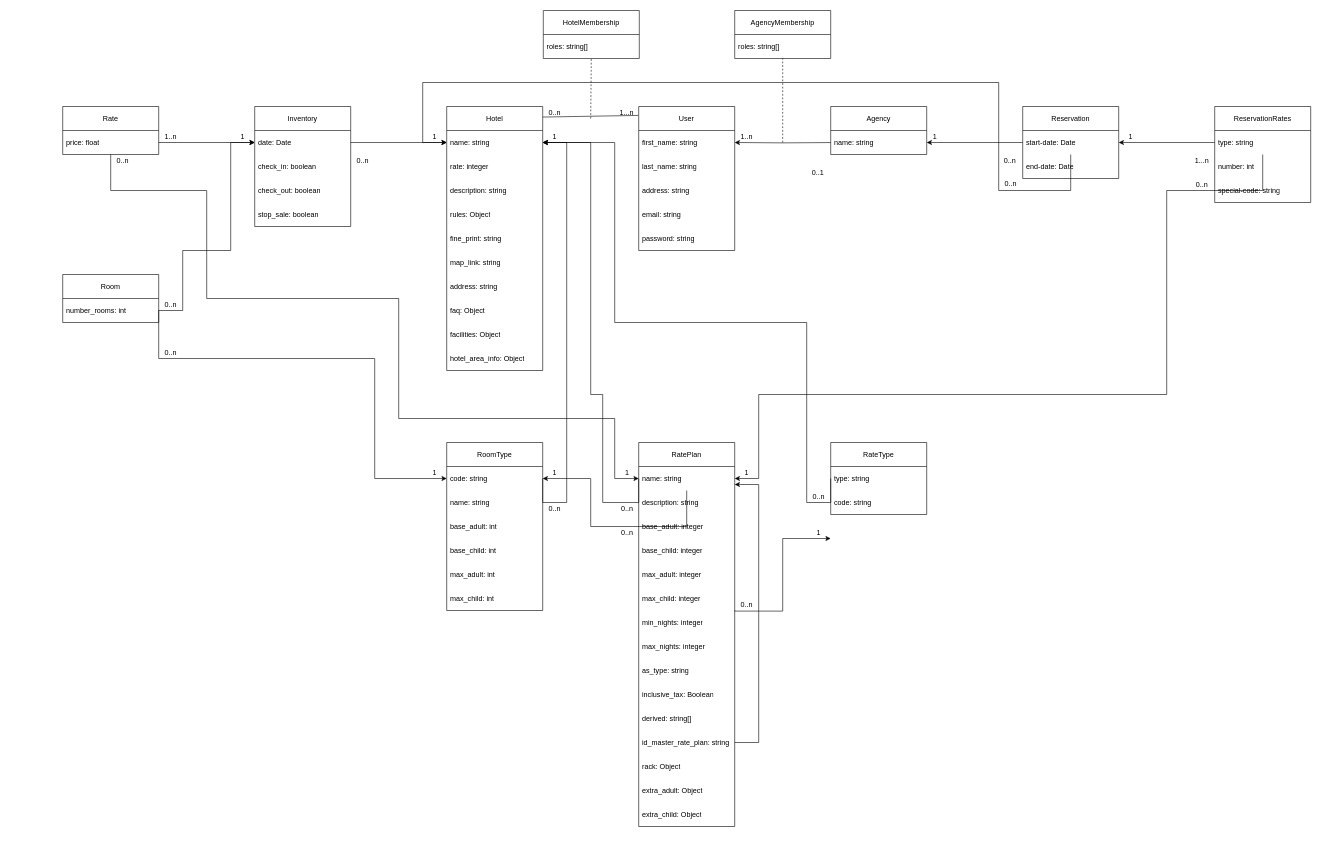
This is class_diagram.drawio from jawharhmidi02/resrvy_diagrams, a draw.io file, before an edit. Source tidied: cells renumbered, new cells numbered last; positions are measured from the earlier drawing's top-left corner, leaving out a move shared by most shapes. Both pictures are drawn from the tidied source at 60%, with x=0, y=0 at pixel (62, 10).
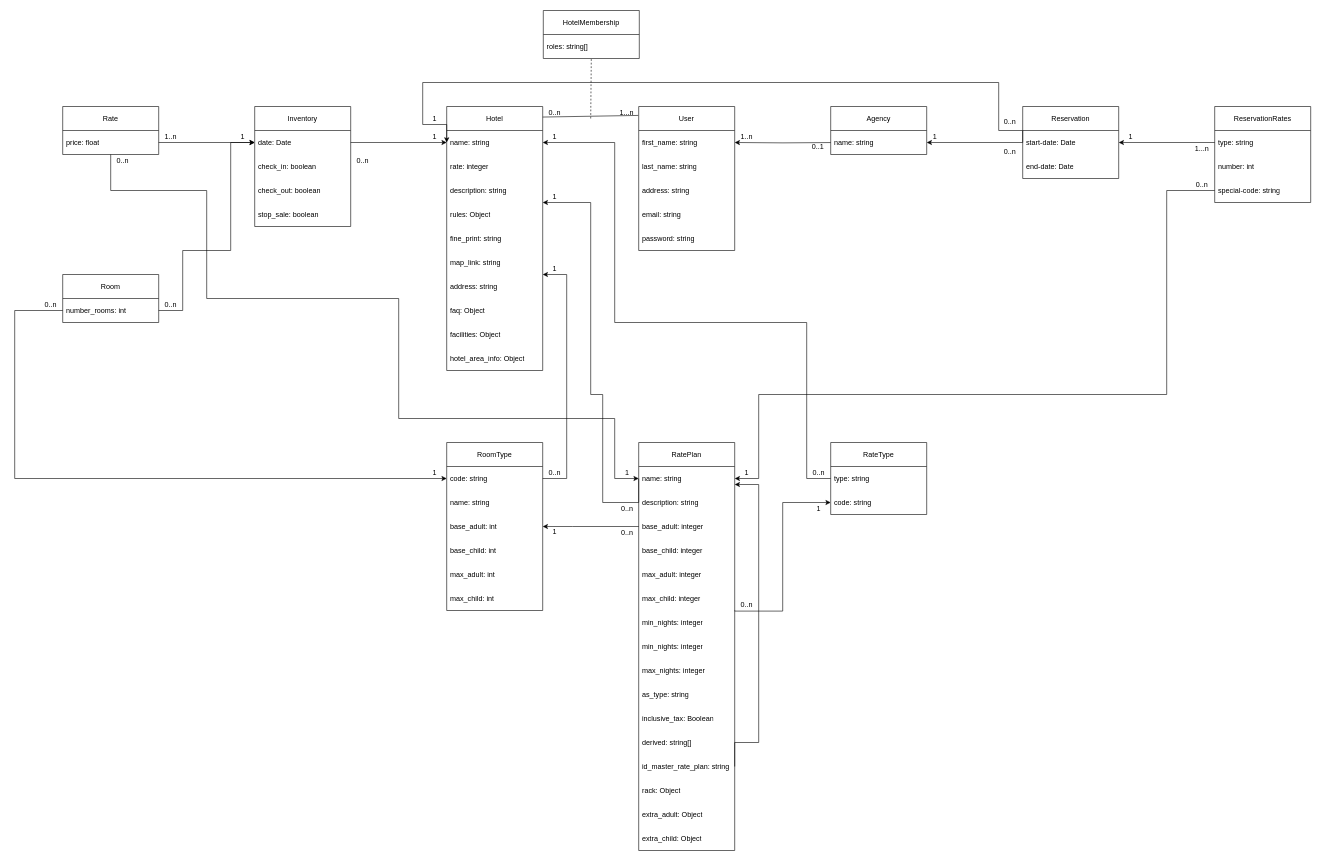
The same diagram, later.

Unchanged cells that the change refers to:
```xml
<mxCell id="22" value="start-date: Date" style="text;strokeColor=none;fillColor=none;align=left;verticalAlign=middle;spacingLeft=4;spacingRight=4;overflow=hidden;points=[[0,0.5],[1,0.5]];portConstraint=eastwest;whiteSpace=wrap;html=1;" parent="21" vertex="1">
  <mxGeometry y="40" width="160" height="40" as="geometry" />
</mxCell>
<mxCell id="26" value="code: string" style="text;strokeColor=none;fillColor=none;align=left;verticalAlign=middle;spacingLeft=4;spacingRight=4;overflow=hidden;points=[[0,0.5],[1,0.5]];portConstraint=eastwest;whiteSpace=wrap;html=1;" parent="24" vertex="1">
  <mxGeometry y="80" width="160" height="40" as="geometry" />
</mxCell>
<mxCell id="47" value="base_adult: int" style="text;strokeColor=none;fillColor=none;align=left;verticalAlign=middle;spacingLeft=4;spacingRight=4;overflow=hidden;points=[[0,0.5],[1,0.5]];portConstraint=eastwest;whiteSpace=wrap;html=1;" parent="44" vertex="1">
  <mxGeometry y="120" width="160" height="40" as="geometry" />
</mxCell>
<mxCell id="54" value="special-code: string" style="text;strokeColor=none;fillColor=none;align=left;verticalAlign=middle;spacingLeft=4;spacingRight=4;overflow=hidden;points=[[0,0.5],[1,0.5]];portConstraint=eastwest;whiteSpace=wrap;html=1;" parent="51" vertex="1">
  <mxGeometry y="120" width="160" height="40" as="geometry" />
</mxCell>
```

Diff of the diagram source:
```diff
@@
     <mxCell id="27" value="RatePlan" style="swimlane;fontStyle=0;horizontal=1;startSize=40;whiteSpace=wrap;html=1;direction=east;" parent="1" vertex="1">
-      <mxGeometry x="960" y="720" width="160" height="640" as="geometry" />
+      <mxGeometry x="960" y="720" width="160" height="680" as="geometry" />
     </mxCell>
@@
+    <mxCell id="115" value="min_nights: integer" style="text;strokeColor=none;fillColor=none;align=left;verticalAlign=middle;spacingLeft=4;spacingRight=4;overflow=hidden;whiteSpace=wrap;html=1;" parent="27" vertex="1">
+      <mxGeometry y="280" width="160" height="40" as="geometry" />
+    </mxCell>
     <mxCell id="34" value="min_nights: integer" style="text;strokeColor=none;fillColor=none;align=left;verticalAlign=middle;spacingLeft=4;spacingRight=4;overflow=hidden;whiteSpace=wrap;html=1;" parent="27" vertex="1">
-      <mxGeometry y="280" width="160" height="40" as="geometry" />
+      <mxGeometry y="320" width="160" height="40" as="geometry" />
     </mxCell>
     <mxCell id="35" value="max_nights: integer" style="text;strokeColor=none;fillColor=none;align=left;verticalAlign=middle;spacingLeft=4;spacingRight=4;overflow=hidden;whiteSpace=wrap;html=1;" parent="27" vertex="1">
-      <mxGeometry y="320" width="160" height="40" as="geometry" />
+      <mxGeometry y="360" width="160" height="40" as="geometry" />
     </mxCell>
     <mxCell id="36" value="&lt;div&gt;as_type: string&lt;/div&gt;" style="text;strokeColor=none;fillColor=none;align=left;verticalAlign=middle;spacingLeft=4;spacingRight=4;overflow=hidden;whiteSpace=wrap;html=1;" parent="27" vertex="1">
-      <mxGeometry y="360" width="160" height="40" as="geometry" />
+      <mxGeometry y="400" width="160" height="40" as="geometry" />
     </mxCell>
     <mxCell id="37" value="inclusive_tax: Boolean" style="text;strokeColor=none;fillColor=none;align=left;verticalAlign=middle;spacingLeft=4;spacingRight=4;overflow=hidden;whiteSpace=wrap;html=1;" parent="27" vertex="1">
-      <mxGeometry y="400" width="160" height="40" as="geometry" />
+      <mxGeometry y="440" width="160" height="40" as="geometry" />
     </mxCell>
     <mxCell id="38" value="derived: string[]" style="text;strokeColor=none;fillColor=none;align=left;verticalAlign=middle;spacingLeft=4;spacingRight=4;overflow=hidden;whiteSpace=wrap;html=1;" parent="27" vertex="1">
-      <mxGeometry y="440" width="160" height="40" as="geometry" />
+      <mxGeometry y="480" width="160" height="40" as="geometry" />
     </mxCell>
     <mxCell id="39" value="id_master_rate_plan: string" style="text;strokeColor=none;fillColor=none;align=left;verticalAlign=middle;spacingLeft=4;spacingRight=4;overflow=hidden;points=[[0,0.5],[1,0.5]];portConstraint=eastwest;whiteSpace=wrap;html=1;" parent="27" vertex="1">
-      <mxGeometry y="480" width="160" height="40" as="geometry" />
+      <mxGeometry y="520" width="160" height="40" as="geometry" />
     </mxCell>
     <mxCell id="40" value="rack: Object" style="text;strokeColor=none;fillColor=none;align=left;verticalAlign=middle;spacingLeft=4;spacingRight=4;overflow=hidden;whiteSpace=wrap;html=1;" parent="27" vertex="1">
-      <mxGeometry y="520" width="160" height="40" as="geometry" />
+      <mxGeometry y="560" width="160" height="40" as="geometry" />
     </mxCell>
     <mxCell id="41" value="extra_adult: Object" style="text;strokeColor=none;fillColor=none;align=left;verticalAlign=middle;spacingLeft=4;spacingRight=4;overflow=hidden;whiteSpace=wrap;html=1;" parent="27" vertex="1">
-      <mxGeometry y="560" width="160" height="40" as="geometry" />
+      <mxGeometry y="600" width="160" height="40" as="geometry" />
     </mxCell>
     <mxCell id="42" value="extra_child: Object" style="text;strokeColor=none;fillColor=none;align=left;verticalAlign=middle;spacingLeft=4;spacingRight=4;overflow=hidden;whiteSpace=wrap;html=1;" parent="27" vertex="1">
-      <mxGeometry y="600" width="160" height="40" as="geometry" />
+      <mxGeometry y="640" width="160" height="40" as="geometry" />
     </mxCell>
@@
     <mxCell id="65" value="0..1" style="text;html=1;align=center;verticalAlign=middle;whiteSpace=wrap;rounded=0;" parent="1" vertex="1">
-      <mxGeometry x="1239" y="260" width="40" height="20" as="geometry" />
+      <mxGeometry x="1239" y="218" width="40" height="20" as="geometry" />
     </mxCell>
-    <mxCell id="66" style="edgeStyle=orthogonalEdgeStyle;rounded=0;orthogonalLoop=1;jettySize=auto;html=1;entryX=1;entryY=0.5;entryDx=0;entryDy=0;" parent="1" edge="1">
+    <mxCell id="66" style="edgeStyle=orthogonalEdgeStyle;rounded=0;jettySize=auto;html=1;entryX=1;entryY=0.5;entryDx=0;entryDy=0;" parent="1" edge="1" target="47">
       <mxGeometry relative="1" as="geometry">
-        <mxPoint x="1040" y="800" as="sourcePoint" />
-        <mxPoint x="800" y="780" as="targetPoint" />
+        <mxPoint x="960" y="860" as="sourcePoint" />
         <Array as="points">
-          <mxPoint x="880" y="860" />
-          <mxPoint x="880" y="780" />
+          <mxPoint x="850" y="860" />
+          <mxPoint x="850" y="860" />
         </Array>
       </mxGeometry>
     </mxCell>
-    <mxCell id="67" style="edgeStyle=orthogonalEdgeStyle;rounded=0;orthogonalLoop=1;jettySize=auto;html=1;entryX=0;entryY=0.5;entryDx=0;entryDy=0;" parent="1" edge="1">
+    <mxCell id="67" style="edgeStyle=orthogonalEdgeStyle;rounded=0;jettySize=auto;html=1;entryX=0;entryY=0.5;entryDx=0;entryDy=0;" parent="1" edge="1" target="26">
       <mxGeometry relative="1" as="geometry">
         <mxPoint x="1120" y="1000" as="sourcePoint" />
-        <mxPoint x="1280" y="880" as="targetPoint" />
         <Array as="points">
           <mxPoint x="1200" y="1001" />
-          <mxPoint x="1200" y="880" />
+          <mxPoint x="1200" y="820" />
         </Array>
       </mxGeometry>
     </mxCell>
     <mxCell id="68" style="edgeStyle=orthogonalEdgeStyle;rounded=0;orthogonalLoop=1;jettySize=auto;html=1;entryX=1;entryY=0.5;entryDx=0;entryDy=0;exitX=0;exitY=0.5;exitDx=0;exitDy=0;" parent="1" edge="1">
       <mxGeometry relative="1" as="geometry">
         <mxPoint x="1280" y="780" as="sourcePoint" />
         <mxPoint x="800" y="220" as="targetPoint" />
         <Array as="points">
-          <mxPoint x="1240" y="820" />
+          <mxPoint x="1240" y="780" />
           <mxPoint x="1240" y="520" />
           <mxPoint x="920" y="520" />
           <mxPoint x="920" y="220" />
         </Array>
       </mxGeometry>
     </mxCell>
-    <mxCell id="69" style="edgeStyle=orthogonalEdgeStyle;rounded=0;orthogonalLoop=1;jettySize=auto;html=1;entryX=1;entryY=0.5;entryDx=0;entryDy=0;exitX=0;exitY=0.5;exitDx=0;exitDy=0;" parent="1" edge="1">
+    <mxCell id="69" style="edgeStyle=orthogonalEdgeStyle;rounded=0;orthogonalLoop=1;jettySize=auto;html=1;exitX=0;exitY=0.5;exitDx=0;exitDy=0;" parent="1" edge="1">
       <mxGeometry relative="1" as="geometry">
         <mxPoint x="960" y="780" as="sourcePoint" />
-        <mxPoint x="800" y="220" as="targetPoint" />
+        <mxPoint x="800" y="320" as="targetPoint" />
         <Array as="points">
+          <mxPoint x="960" y="820" />
           <mxPoint x="900" y="820" />
           <mxPoint x="900" y="640" />
           <mxPoint x="880" y="640" />
-          <mxPoint x="880" y="220" />
+          <mxPoint x="880" y="320" />
+          <mxPoint x="800" y="320" />
         </Array>
       </mxGeometry>
     </mxCell>
-    <mxCell id="70" style="edgeStyle=orthogonalEdgeStyle;rounded=0;orthogonalLoop=1;jettySize=auto;html=1;entryX=1;entryY=0.5;entryDx=0;entryDy=0;exitX=1;exitY=0.5;exitDx=0;exitDy=0;" parent="1" edge="1">
+    <mxCell id="70" style="edgeStyle=orthogonalEdgeStyle;rounded=0;orthogonalLoop=1;jettySize=auto;html=1;exitX=1;exitY=0.5;exitDx=0;exitDy=0;" parent="1" edge="1">
       <mxGeometry relative="1" as="geometry">
         <mxPoint x="800" y="780" as="sourcePoint" />
-        <mxPoint x="800" y="220" as="targetPoint" />
+        <mxPoint x="800" y="440" as="targetPoint" />
         <Array as="points">
-          <mxPoint x="840" y="820" />
-          <mxPoint x="840" y="220" />
+          <mxPoint x="840" y="780" />
+          <mxPoint x="840" y="440" />
+          <mxPoint x="800" y="440" />
         </Array>
       </mxGeometry>
     </mxCell>
@@
-    <mxCell id="81" style="edgeStyle=orthogonalEdgeStyle;rounded=0;orthogonalLoop=1;jettySize=auto;html=1;entryX=0;entryY=0.5;entryDx=0;entryDy=0;exitX=1;exitY=0.5;exitDx=0;exitDy=0;" parent="1" edge="1">
+    <mxCell id="81" style="edgeStyle=orthogonalEdgeStyle;rounded=0;jettySize=auto;html=1;entryX=0;entryY=0.5;entryDx=0;entryDy=0;exitX=1;exitY=1;exitDx=0;exitDy=0;" parent="1" edge="1" source="97">
       <mxGeometry relative="1" as="geometry">
-        <mxPoint x="160" y="500" as="sourcePoint" />
         <mxPoint x="640" y="780" as="targetPoint" />
         <Array as="points">
-          <mxPoint x="520" y="580" />
-          <mxPoint x="520" y="780" />
+          <mxPoint x="-80" y="500" />
+          <mxPoint x="-80" y="780" />
         </Array>
       </mxGeometry>
     </mxCell>
@@
-    <mxCell id="83" style="edgeStyle=orthogonalEdgeStyle;rounded=0;orthogonalLoop=1;jettySize=auto;html=1;entryX=0;entryY=0.5;entryDx=0;entryDy=0;" parent="1" edge="1">
+    <mxCell id="83" style="edgeStyle=orthogonalEdgeStyle;rounded=0;jettySize=auto;html=1;entryX=0;entryY=0.5;entryDx=0;entryDy=0;exitX=0;exitY=0.5;exitDx=0;exitDy=0;" parent="1" edge="1" source="22">
       <mxGeometry relative="1" as="geometry">
-        <mxPoint x="1680" y="240" as="sourcePoint" />
         <mxPoint x="640" y="220" as="targetPoint" />
         <Array as="points">
-          <mxPoint x="1560" y="300" />
+          <mxPoint x="1600" y="200" />
+          <mxPoint x="1560" y="200" />
           <mxPoint x="1560" y="120" />
           <mxPoint x="600" y="120" />
-          <mxPoint x="600" y="220" />
+          <mxPoint x="600" y="190" />
+          <mxPoint x="640" y="190" />
         </Array>
       </mxGeometry>
     </mxCell>
@@
     <mxCell id="85" value="1...n" style="text;html=1;align=center;verticalAlign=middle;whiteSpace=wrap;rounded=0;" parent="1" vertex="1">
-      <mxGeometry x="1879" y="240" width="40" height="20" as="geometry" />
+      <mxGeometry x="1879" y="220" width="40" height="20" as="geometry" />
     </mxCell>
     <mxCell id="86" value="0..n" style="text;html=1;align=center;verticalAlign=middle;whiteSpace=wrap;rounded=0;" parent="1" vertex="1">
-      <mxGeometry x="1559" y="240" width="40" height="20" as="geometry" />
+      <mxGeometry x="1559" y="225" width="40" height="20" as="geometry" />
     </mxCell>
@@
-    <mxCell id="88" style="edgeStyle=orthogonalEdgeStyle;rounded=0;orthogonalLoop=1;jettySize=auto;html=1;entryX=1;entryY=0.5;entryDx=0;entryDy=0;" parent="1" edge="1">
+    <mxCell id="88" style="edgeStyle=orthogonalEdgeStyle;rounded=0;jettySize=auto;html=1;entryX=1;entryY=0.5;entryDx=0;entryDy=0;exitX=0;exitY=0.5;exitDx=0;exitDy=0;" parent="1" edge="1" source="54">
       <mxGeometry relative="1" as="geometry">
-        <mxPoint x="2000" y="240" as="sourcePoint" />
         <mxPoint x="1120" y="780" as="targetPoint" />
         <Array as="points">
           <mxPoint x="1840" y="300" />
           <mxPoint x="1840" y="640" />
           <mxPoint x="1160" y="640" />
           <mxPoint x="1160" y="780" />
         </Array>
       </mxGeometry>
     </mxCell>
@@
     <mxCell id="92" value="1" style="text;html=1;align=center;verticalAlign=middle;whiteSpace=wrap;rounded=0;" parent="1" vertex="1">
-      <mxGeometry x="1240" y="860" width="40" height="20" as="geometry" />
+      <mxGeometry x="1240" y="820" width="40" height="20" as="geometry" />
     </mxCell>
@@
     <mxCell id="95" value="1" style="text;html=1;align=center;verticalAlign=middle;whiteSpace=wrap;rounded=0;" parent="1" vertex="1">
-      <mxGeometry x="800" y="760" width="40" height="20" as="geometry" />
+      <mxGeometry x="800" y="859" width="40" height="20" as="geometry" />
     </mxCell>
@@
-    <mxCell id="97" value="0..n" style="text;html=1;align=center;verticalAlign=middle;whiteSpace=wrap;rounded=0;" parent="1" vertex="1">
-      <mxGeometry x="160" y="560" width="40" height="20" as="geometry" />
-    </mxCell>
     <mxCell id="98" value="0..n" style="text;html=1;align=center;verticalAlign=middle;whiteSpace=wrap;rounded=0;" parent="1" vertex="1">
-      <mxGeometry x="800" y="821" width="40" height="20" as="geometry" />
+      <mxGeometry x="800" y="761" width="40" height="20" as="geometry" />
     </mxCell>
@@
     <mxCell id="100" value="0..n" style="text;html=1;align=center;verticalAlign=middle;whiteSpace=wrap;rounded=0;" parent="1" vertex="1">
-      <mxGeometry x="1240" y="801" width="40" height="20" as="geometry" />
+      <mxGeometry x="1240" y="761" width="40" height="20" as="geometry" />
     </mxCell>
-    <mxCell id="101" value="0..n" style="text;html=1;align=center;verticalAlign=middle;whiteSpace=wrap;rounded=0;" parent="1" vertex="1">
-      <mxGeometry x="1560" y="279" width="40" height="20" as="geometry" />
-    </mxCell>
@@
-    <mxCell id="108" style="endArrow=none;dashed=1;html=1;rounded=0;" parent="1" edge="1">
-      <mxGeometry relative="1" as="geometry">
-        <mxPoint x="1200" y="220" as="sourcePoint" />
-        <mxPoint x="1200" y="80" as="targetPoint" />
-      </mxGeometry>
-    </mxCell>
-    <mxCell id="109" value="AgencyMembership" style="swimlane;fontStyle=0;horizontal=1;startSize=40;whiteSpace=wrap;html=1;" parent="1" vertex="1">
-      <mxGeometry x="1120" width="160" height="80" as="geometry" />
-    </mxCell>
-    <mxCell id="110" value="roles: string[]" style="text;strokeColor=none;fillColor=none;align=left;verticalAlign=middle;spacingLeft=4;spacingRight=4;overflow=hidden;whiteSpace=wrap;html=1;" parent="109" vertex="1">
-      <mxGeometry y="40" width="160" height="40" as="geometry" />
-    </mxCell>
@@
+    <mxCell id="97" value="0..n" style="text;html=1;align=center;verticalAlign=middle;whiteSpace=wrap;rounded=0;" parent="1" vertex="1">
+      <mxGeometry x="-40" y="480" width="40" height="20" as="geometry" />
+    </mxCell>
+    <mxCell id="116" value="1" style="text;html=1;align=center;verticalAlign=middle;whiteSpace=wrap;rounded=0;" parent="1" vertex="1">
+      <mxGeometry x="800" y="420" width="40" height="20" as="geometry" />
+    </mxCell>
+    <mxCell id="117" value="1" style="text;html=1;align=center;verticalAlign=middle;whiteSpace=wrap;rounded=0;" parent="1" vertex="1">
+      <mxGeometry x="800" y="300" width="40" height="20" as="geometry" />
+    </mxCell>
+    <mxCell id="101" value="0..n" style="text;html=1;align=center;verticalAlign=middle;whiteSpace=wrap;rounded=0;" parent="1" vertex="1">
+      <mxGeometry x="1559" y="175" width="40" height="20" as="geometry" />
+    </mxCell>
+    <mxCell id="118" value="1" style="text;html=1;align=center;verticalAlign=middle;whiteSpace=wrap;rounded=0;" parent="1" vertex="1">
+      <mxGeometry x="600" y="170" width="40" height="20" as="geometry" />
+    </mxCell>
```
